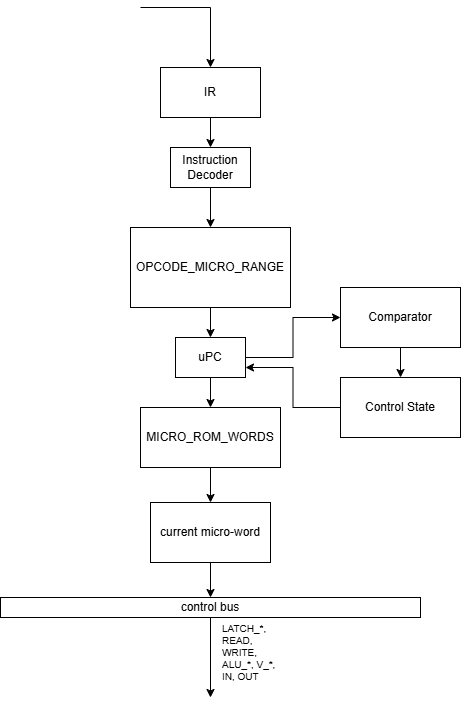
This is docs/img/controlUnit.png from kr1v0mr0/lab4csa, a draw.io export, as it was before one commit. Source tidied: cells renumbered, new cells last; positions are measured from the earlier drawing's top-left corner, leaving out a move shared by most shapes. Source of this version:
```xml
<mxGraphModel>
  <root>
    <mxCell id="0" />
    <mxCell id="1" parent="0" />
    <mxCell id="2" style="edgeStyle=orthogonalEdgeStyle;rounded=0;jettySize=auto;html=1;exitX=0.5;exitY=1;exitDx=0;exitDy=0;entryX=0.5;entryY=0;entryDx=0;entryDy=0;" parent="1" edge="1" source="3" target="5">
      <mxGeometry relative="1" as="geometry" />
    </mxCell>
    <mxCell id="3" value="IR" style="rounded=0;whiteSpace=wrap;html=1;" parent="1" vertex="1">
      <mxGeometry x="160" y="60" width="100" height="50" as="geometry" />
    </mxCell>
    <mxCell id="4" style="edgeStyle=orthogonalEdgeStyle;rounded=0;jettySize=auto;html=1;exitX=0.5;exitY=1;exitDx=0;exitDy=0;entryX=0.5;entryY=0;entryDx=0;entryDy=0;" parent="1" edge="1" source="5" target="7">
      <mxGeometry relative="1" as="geometry" />
    </mxCell>
    <mxCell id="5" value="Instruction Decoder" style="rounded=0;whiteSpace=wrap;html=1;" parent="1" vertex="1">
      <mxGeometry x="170" y="140" width="80" height="40" as="geometry" />
    </mxCell>
    <mxCell id="6" style="edgeStyle=orthogonalEdgeStyle;rounded=0;jettySize=auto;html=1;exitX=0.5;exitY=1;exitDx=0;exitDy=0;entryX=0.5;entryY=0;entryDx=0;entryDy=0;" parent="1" edge="1" source="7" target="10">
      <mxGeometry relative="1" as="geometry" />
    </mxCell>
    <mxCell id="7" value="OPCODE_MICRO_RANGE" style="rounded=0;whiteSpace=wrap;html=1;" parent="1" vertex="1">
      <mxGeometry x="130" y="220" width="160" height="80" as="geometry" />
    </mxCell>
    <mxCell id="8" style="edgeStyle=orthogonalEdgeStyle;rounded=0;jettySize=auto;html=1;exitX=0.5;exitY=1;exitDx=0;exitDy=0;entryX=0.5;entryY=0;entryDx=0;entryDy=0;" parent="1" edge="1" source="10" target="14">
      <mxGeometry relative="1" as="geometry" />
    </mxCell>
    <mxCell id="9" style="edgeStyle=orthogonalEdgeStyle;rounded=0;jettySize=auto;html=1;exitX=1;exitY=0.5;exitDx=0;exitDy=0;" parent="1" edge="1" source="10" target="12">
      <mxGeometry relative="1" as="geometry" />
    </mxCell>
    <mxCell id="10" value="uPC" style="rounded=0;whiteSpace=wrap;html=1;" parent="1" vertex="1">
      <mxGeometry x="175" y="330" width="70" height="40" as="geometry" />
    </mxCell>
    <mxCell id="11" style="edgeStyle=orthogonalEdgeStyle;rounded=0;jettySize=auto;html=1;exitX=0.5;exitY=1;exitDx=0;exitDy=0;entryX=0.5;entryY=0;entryDx=0;entryDy=0;" parent="1" edge="1" source="12" target="18">
      <mxGeometry relative="1" as="geometry" />
    </mxCell>
    <mxCell id="12" value="Comparator" style="rounded=0;whiteSpace=wrap;html=1;" parent="1" vertex="1">
      <mxGeometry x="340" y="280" width="120" height="60" as="geometry" />
    </mxCell>
    <mxCell id="13" style="edgeStyle=orthogonalEdgeStyle;rounded=0;jettySize=auto;html=1;exitX=0.5;exitY=1;exitDx=0;exitDy=0;entryX=0.5;entryY=0;entryDx=0;entryDy=0;" parent="1" edge="1" source="14" target="16">
      <mxGeometry relative="1" as="geometry" />
    </mxCell>
    <mxCell id="14" value="MICRO_ROM_WORDS" style="rounded=0;whiteSpace=wrap;html=1;" parent="1" vertex="1">
      <mxGeometry x="140" y="400" width="140" height="60" as="geometry" />
    </mxCell>
    <mxCell id="15" style="edgeStyle=orthogonalEdgeStyle;rounded=0;jettySize=auto;html=1;exitX=0.5;exitY=1;exitDx=0;exitDy=0;entryX=0.5;entryY=0;entryDx=0;entryDy=0;" parent="1" edge="1" source="16" target="20">
      <mxGeometry relative="1" as="geometry" />
    </mxCell>
    <mxCell id="16" value="current micro-word" style="rounded=0;whiteSpace=wrap;html=1;" parent="1" vertex="1">
      <mxGeometry x="150" y="495" width="120" height="60" as="geometry" />
    </mxCell>
    <mxCell id="17" style="edgeStyle=orthogonalEdgeStyle;rounded=0;jettySize=auto;html=1;exitX=0;exitY=0.5;exitDx=0;exitDy=0;entryX=1;entryY=0.75;entryDx=0;entryDy=0;" parent="1" edge="1" source="18" target="10">
      <mxGeometry relative="1" as="geometry" />
    </mxCell>
    <mxCell id="18" value="Control State" style="rounded=0;whiteSpace=wrap;html=1;" parent="1" vertex="1">
      <mxGeometry x="340" y="370" width="120" height="60" as="geometry" />
    </mxCell>
    <mxCell id="19" style="edgeStyle=orthogonalEdgeStyle;rounded=0;jettySize=auto;html=1;exitX=0.5;exitY=1;exitDx=0;exitDy=0;" parent="1" edge="1" source="20">
      <mxGeometry relative="1" as="geometry">
        <mxPoint x="210" y="690" as="targetPoint" />
      </mxGeometry>
    </mxCell>
    <mxCell id="20" value="control bus" style="rounded=0;whiteSpace=wrap;html=1;" parent="1" vertex="1">
      <mxGeometry y="590" width="420" height="20" as="geometry" />
    </mxCell>
    <mxCell id="21" style="edgeStyle=orthogonalEdgeStyle;jettySize=auto;html=1;rounded=0;entryX=0.5;entryY=0;entryDx=0;entryDy=0;" parent="1" edge="1" target="3">
      <mxGeometry relative="1" as="geometry">
        <mxPoint x="140" as="sourcePoint" />
      </mxGeometry>
    </mxCell>
    <mxCell id="22" value="LATCH_*, READ, WRITE, ALU_*, V_*, IN, OUT" style="text;html=1;whiteSpace=wrap;strokeColor=none;fillColor=none;align=left;verticalAlign=middle;rounded=0;fontSize=10;" parent="1" vertex="1">
      <mxGeometry x="220" y="630" width="60" height="30" as="geometry" />
    </mxCell>
  </root>
</mxGraphModel>
```
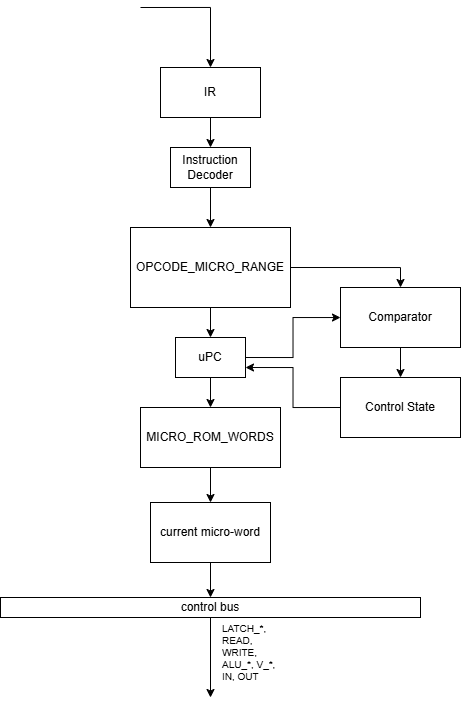
The same file after the commit.

Commit message:
Update control Unit diagram

What changed in the source:
```diff
@@ -17,6 +17,9 @@
     <mxCell id="6" style="edgeStyle=orthogonalEdgeStyle;rounded=0;jettySize=auto;html=1;exitX=0.5;exitY=1;exitDx=0;exitDy=0;entryX=0.5;entryY=0;entryDx=0;entryDy=0;" parent="1" edge="1" source="7" target="10">
       <mxGeometry relative="1" as="geometry" />
     </mxCell>
+    <mxCell id="23" style="edgeStyle=orthogonalEdgeStyle;rounded=0;jettySize=auto;html=1;exitX=1;exitY=0.5;exitDx=0;exitDy=0;entryX=0.5;entryY=0;entryDx=0;entryDy=0;" parent="1" edge="1" source="7" target="12">
+      <mxGeometry relative="1" as="geometry" />
+    </mxCell>
     <mxCell id="7" value="OPCODE_MICRO_RANGE" style="rounded=0;whiteSpace=wrap;html=1;" parent="1" vertex="1">
       <mxGeometry x="130" y="220" width="160" height="80" as="geometry" />
     </mxCell>
```
